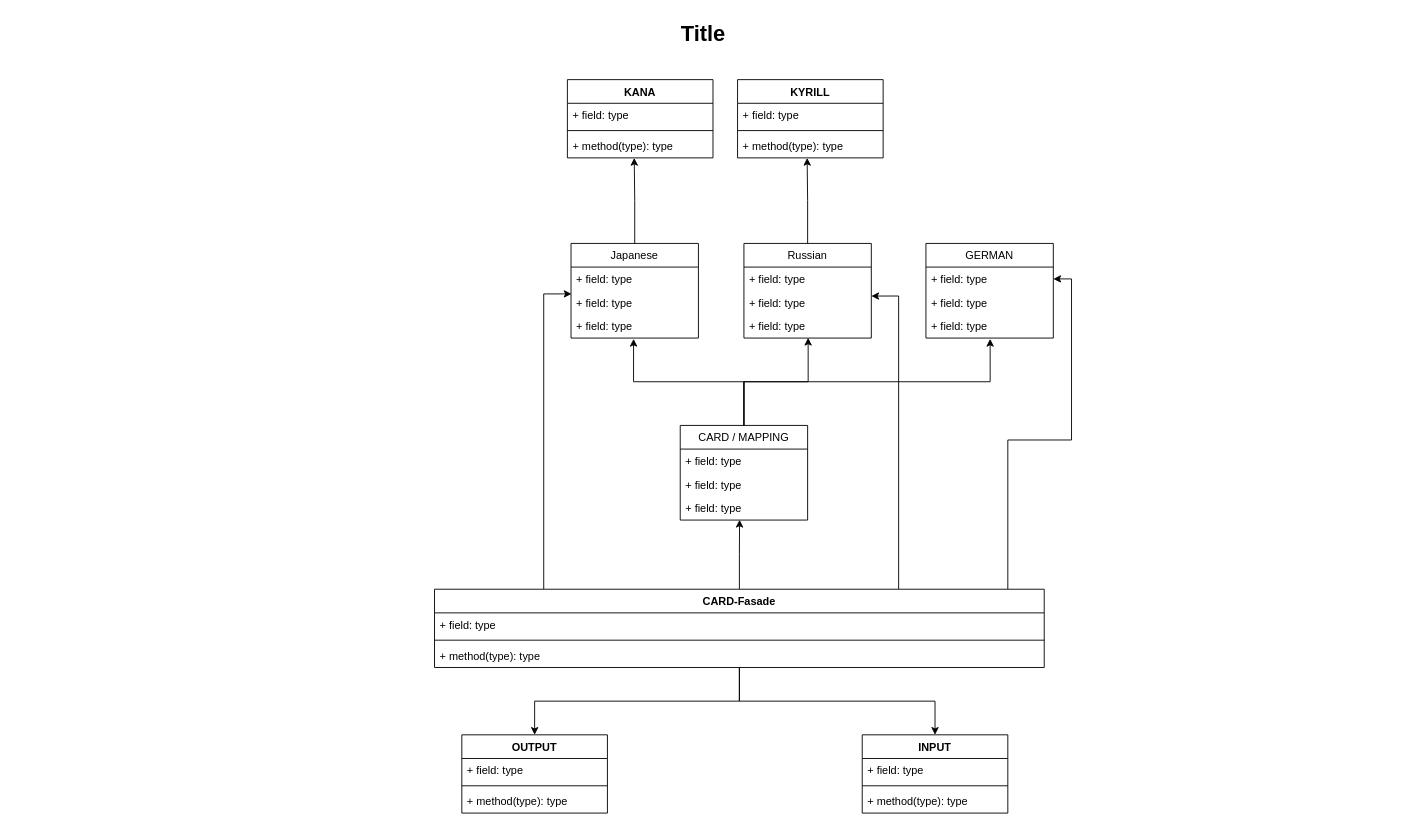
This is Untitled Diagram.drawio from BreakingBad111/TestProject, a draw.io file, before an edit. Source tidied: cells renumbered, new cells numbered last; positions are measured from the earlier drawing's top-left corner, leaving out a move shared by most shapes. Both pictures are drawn from the tidied source at 91%, with x=0, y=0 at pixel (15, 15).
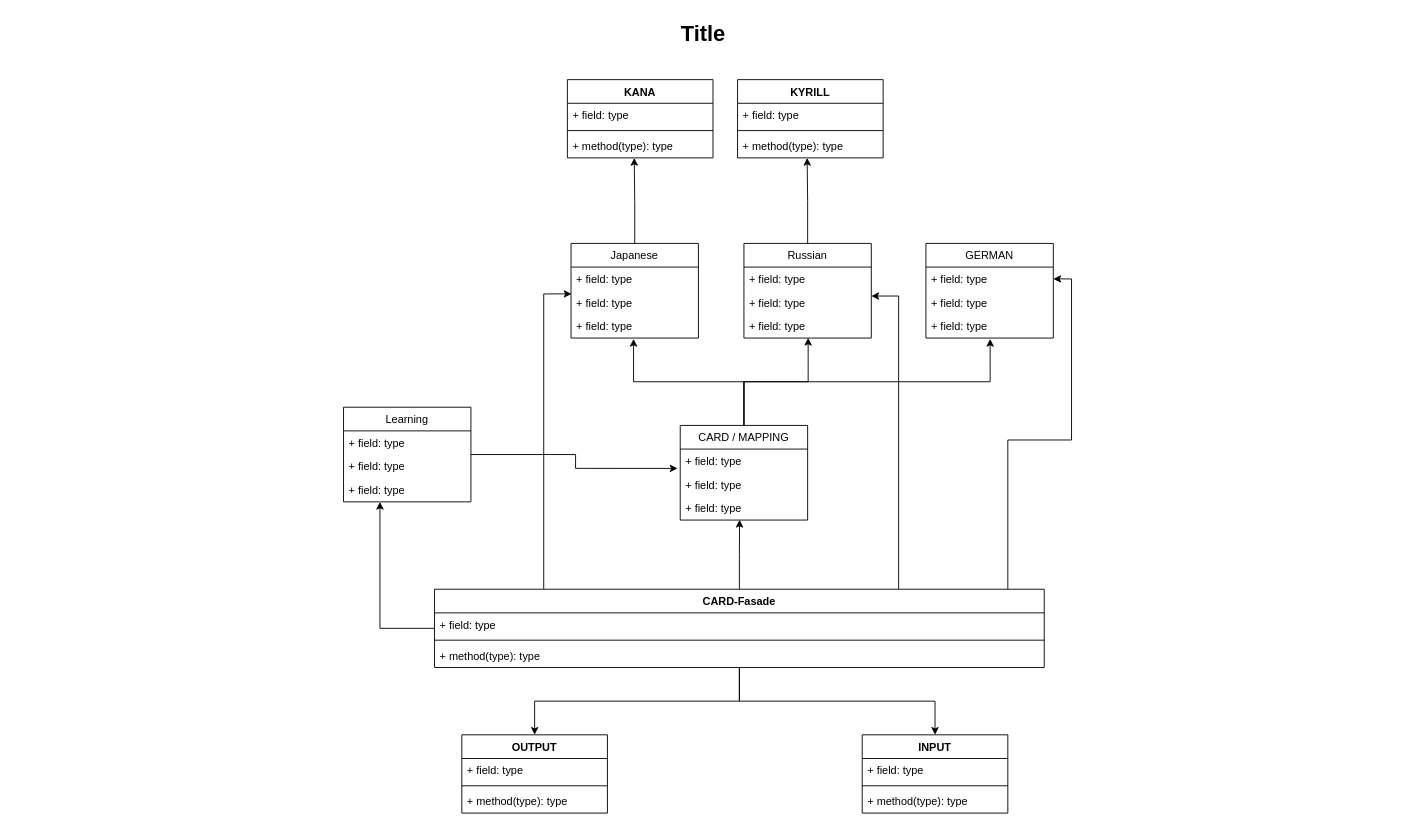
After the change.

The change refers to these unchanged cells:
```xml
<mxCell id="7" value="+ field: type" style="text;strokeColor=none;fillColor=none;align=left;verticalAlign=top;spacingLeft=4;spacingRight=4;overflow=hidden;points=[[0,0.5],[1,0.5]];portConstraint=eastwest;" parent="6" vertex="1">
  <mxGeometry y="26" width="140" height="26" as="geometry" />
</mxCell>
<mxCell id="38" value="CARD-Fasade" style="swimlane;fontStyle=1;align=center;verticalAlign=top;horizontal=1;startSize=26;" parent="1" vertex="1">
  <mxGeometry x="460" y="630" width="670" height="86" as="geometry" />
</mxCell>
```

Change to the diagram source:
```diff
@@
+    <mxCell id="50" style="edgeStyle=orthogonalEdgeStyle;rounded=0;jettySize=auto;html=1;" parent="1" edge="1" source="38" target="55">
+      <mxGeometry relative="1" as="geometry">
+        <Array as="points">
+          <mxPoint x="400" y="673" />
+        </Array>
+      </mxGeometry>
+    </mxCell>
@@
+    <mxCell id="51" style="edgeStyle=orthogonalEdgeStyle;rounded=0;jettySize=auto;html=1;entryX=-0.021;entryY=0.817;entryDx=0;entryDy=0;entryPerimeter=0;" parent="1" edge="1" source="52" target="7">
+      <mxGeometry relative="1" as="geometry" />
+    </mxCell>
+    <mxCell id="52" value="Learning" style="swimlane;fontStyle=0;horizontal=1;startSize=26;fillColor=none;" parent="1" vertex="1">
+      <mxGeometry x="360" y="430" width="140" height="104" as="geometry" />
+    </mxCell>
+    <mxCell id="53" value="+ field: type" style="text;strokeColor=none;fillColor=none;align=left;verticalAlign=top;spacingLeft=4;spacingRight=4;overflow=hidden;" parent="52" vertex="1">
+      <mxGeometry y="26" width="140" height="26" as="geometry" />
+    </mxCell>
+    <mxCell id="54" value="+ field: type" style="text;strokeColor=none;fillColor=none;align=left;verticalAlign=top;spacingLeft=4;spacingRight=4;overflow=hidden;" parent="52" vertex="1">
+      <mxGeometry y="52" width="140" height="26" as="geometry" />
+    </mxCell>
+    <mxCell id="55" value="+ field: type" style="text;strokeColor=none;fillColor=none;align=left;verticalAlign=top;spacingLeft=4;spacingRight=4;overflow=hidden;points=[[0,0.5],[1,0.5]];portConstraint=eastwest;" parent="52" vertex="1">
+      <mxGeometry y="78" width="140" height="26" as="geometry" />
+    </mxCell>
```
